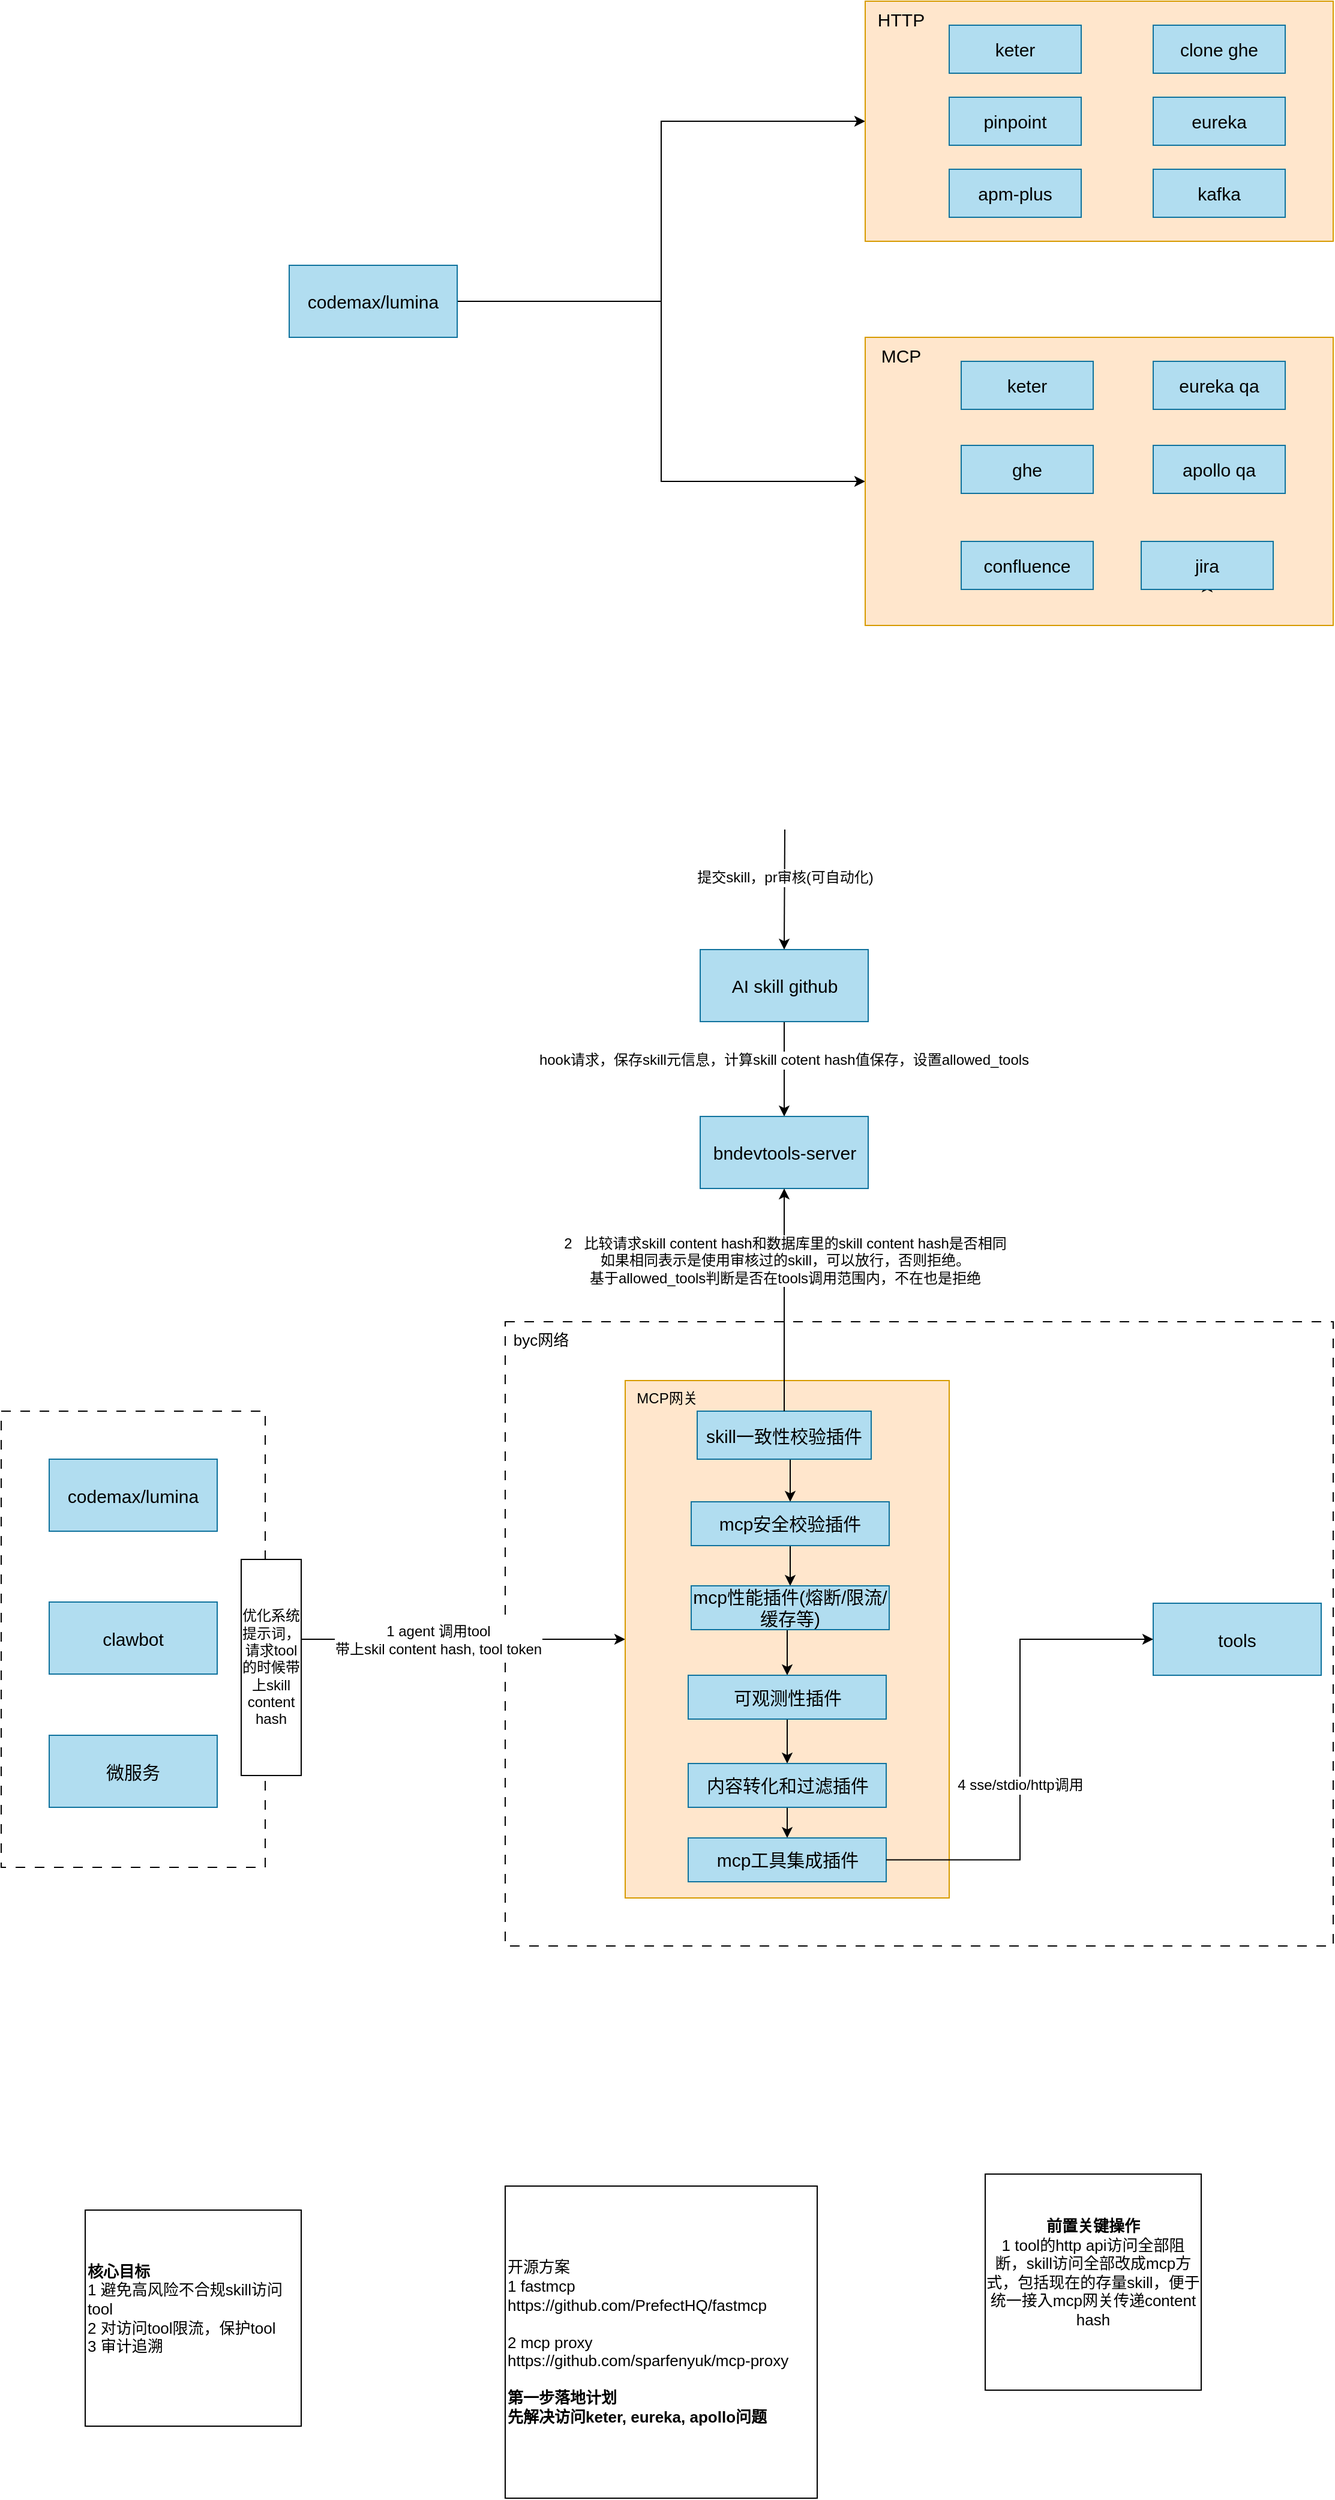
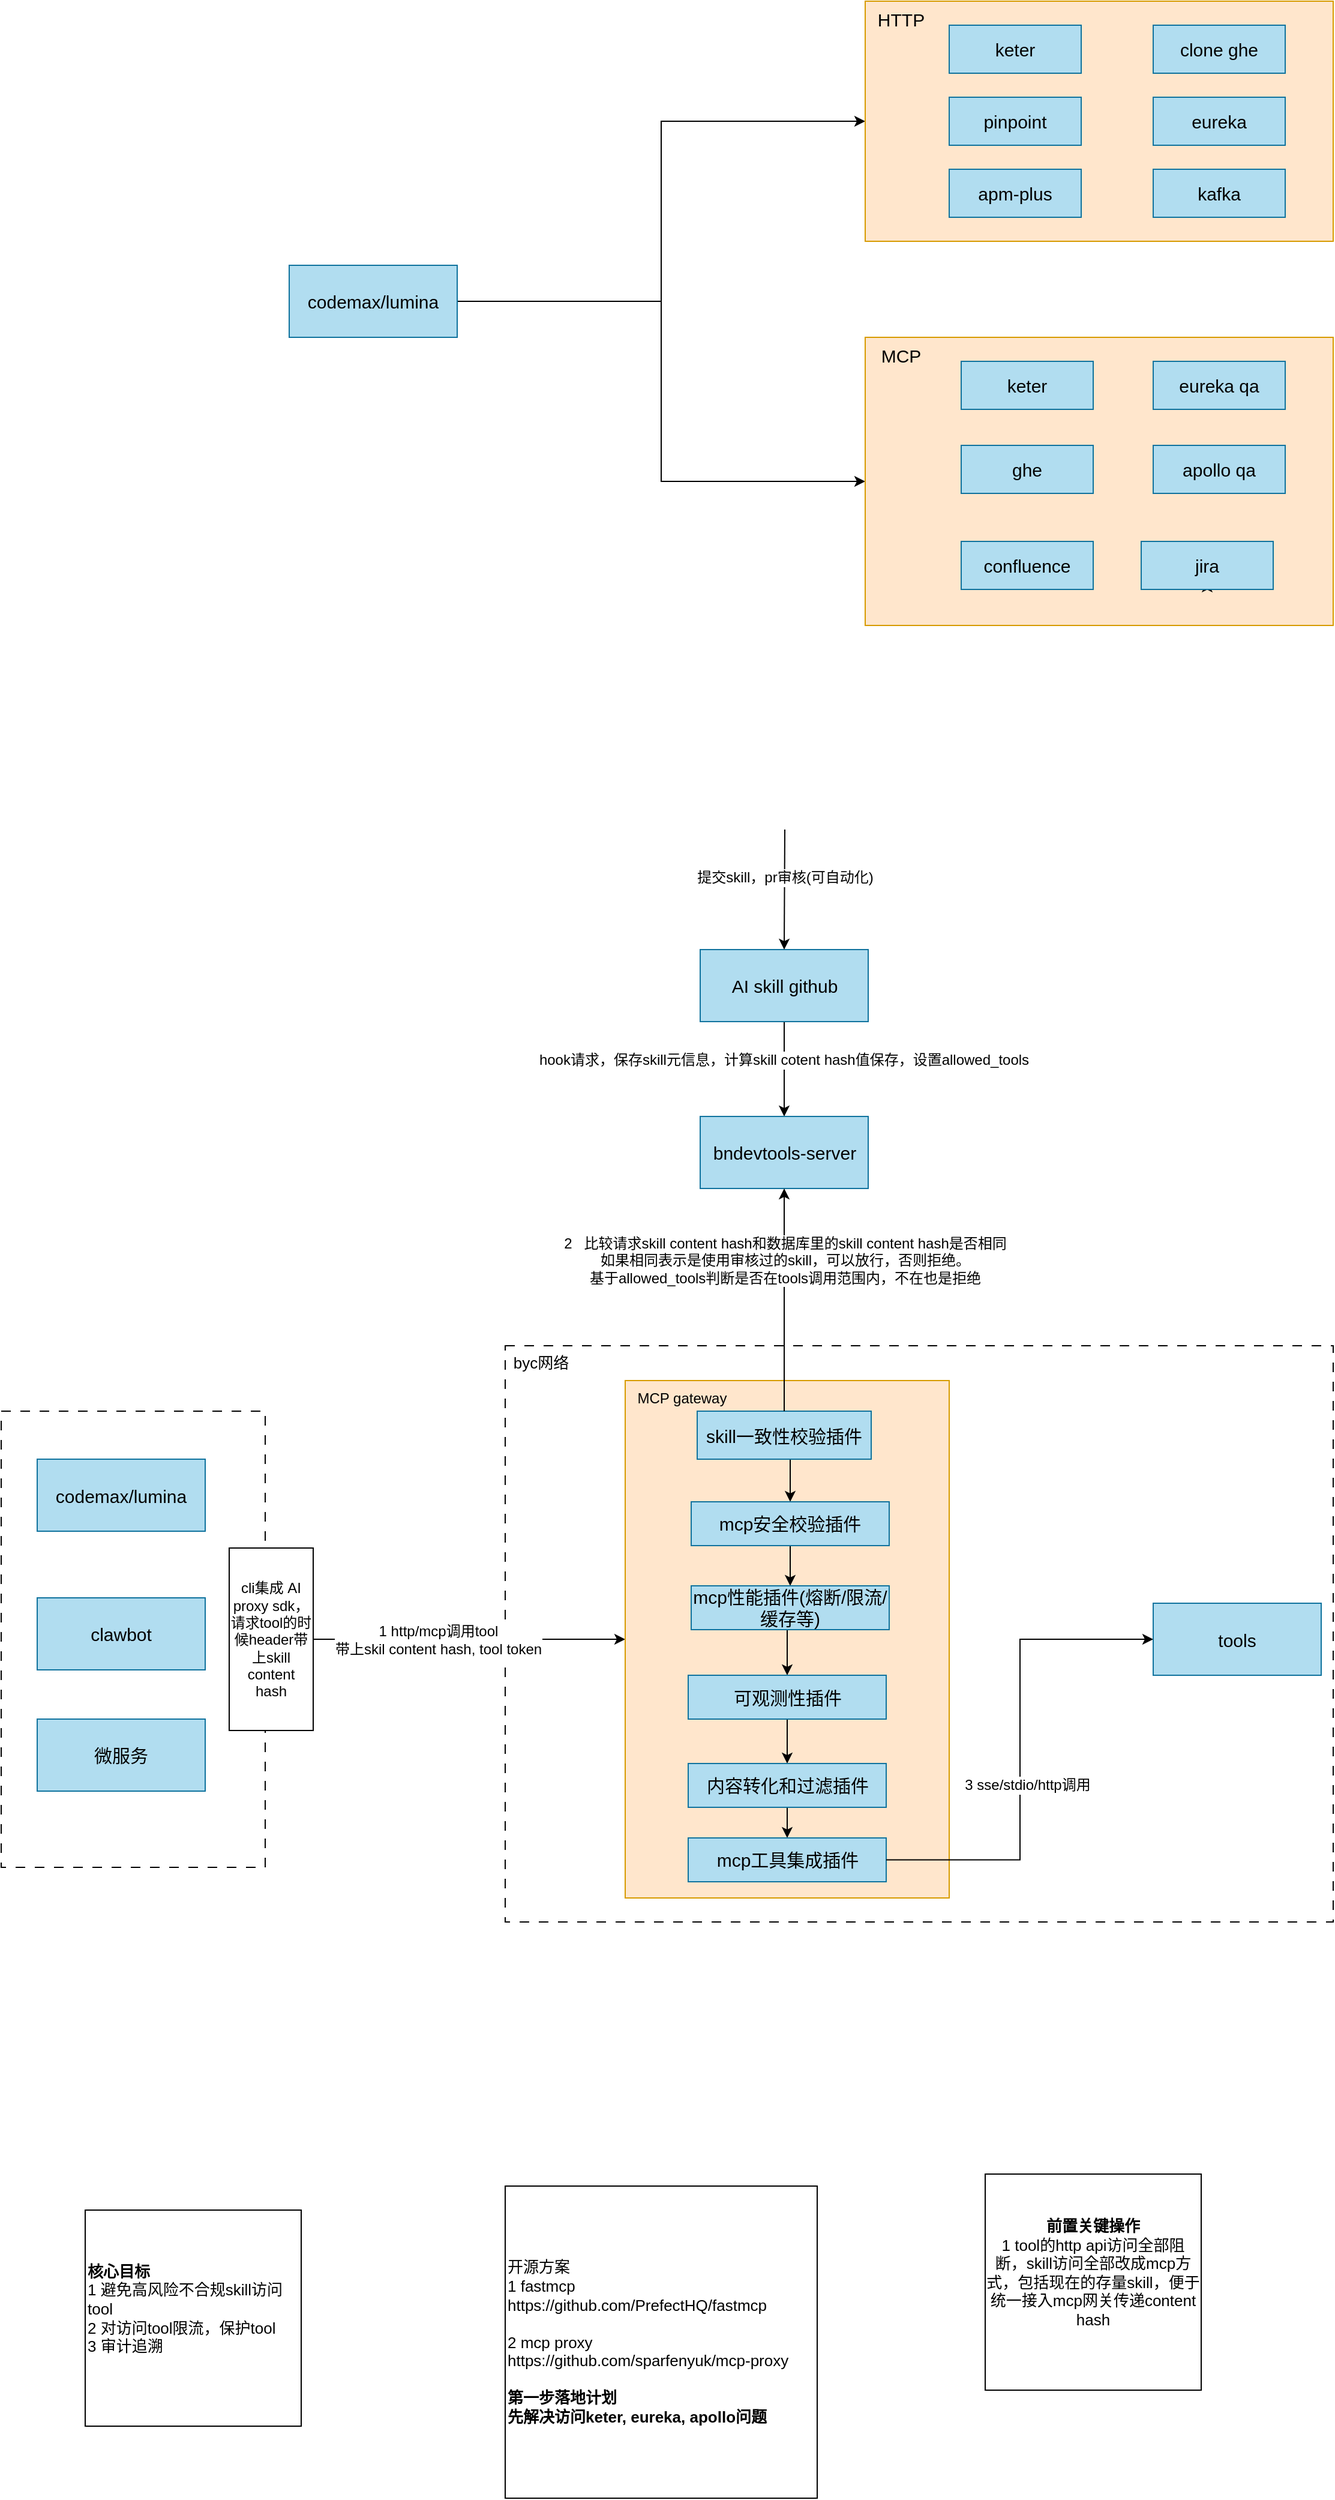
<mxfile host="app.diagrams.net">
  <diagram name="第 1 页" id="SjWv9siGEQ1Xg4HLWJG1">
    <mxGraphModel dx="1225" dy="764" grid="1" gridSize="10" guides="1" tooltips="1" connect="1" arrows="1" fold="1" page="1" pageScale="1" pageWidth="3300" pageHeight="2339" math="0" shadow="0">
      <root>
        <mxCell id="0" />
        <mxCell id="1" parent="0" />
        <mxCell id="9f-pUrffFf56pktWLO4p-52" parent="1" style="rounded=0;whiteSpace=wrap;html=1;dashed=1;dashPattern=8 8;" value="" vertex="1">
-           <mxGeometry height="520" width="690" x="530" y="1150" as="geometry" />
+           <mxGeometry height="480" width="690" x="530" y="1170" as="geometry" />
        </mxCell>
        <mxCell id="9f-pUrffFf56pktWLO4p-34" edge="1" parent="1" source="9f-pUrffFf56pktWLO4p-31" style="edgeStyle=orthogonalEdgeStyle;rounded=0;orthogonalLoop=1;jettySize=auto;html=1;exitX=1;exitY=0.5;exitDx=0;exitDy=0;entryX=0;entryY=0.5;entryDx=0;entryDy=0;" target="9f-pUrffFf56pktWLO4p-25">
          <mxGeometry relative="1" as="geometry" />
        </mxCell>
-         <mxCell id="9f-pUrffFf56pktWLO4p-35" connectable="0" parent="9f-pUrffFf56pktWLO4p-34" style="edgeLabel;html=1;align=center;verticalAlign=middle;resizable=0;points=[];fontSize=12;" value="1 agent 调用tool&lt;div&gt;带上skil content hash, tool token&lt;/div&gt;" vertex="1">
+         <mxCell id="9f-pUrffFf56pktWLO4p-35" connectable="0" parent="9f-pUrffFf56pktWLO4p-34" style="edgeLabel;html=1;align=center;verticalAlign=middle;resizable=0;points=[];fontSize=12;" value="1 http/mcp调用tool&lt;div&gt;带上skil content hash, tool token&lt;/div&gt;" vertex="1">
          <mxGeometry relative="1" x="-0.3304" y="2" as="geometry">
            <mxPoint x="43" y="2" as="offset" />
          </mxGeometry>
        </mxCell>
        <mxCell id="9f-pUrffFf56pktWLO4p-31" parent="1" style="rounded=0;whiteSpace=wrap;html=1;dashed=1;dashPattern=8 8;" value="" vertex="1">
          <mxGeometry height="380" width="220" x="110" y="1224.5" as="geometry" />
        </mxCell>
        <mxCell id="9f-pUrffFf56pktWLO4p-46" edge="1" parent="1" source="9f-pUrffFf56pktWLO4p-2" style="edgeStyle=orthogonalEdgeStyle;rounded=0;orthogonalLoop=1;jettySize=auto;html=1;exitX=1;exitY=0.5;exitDx=0;exitDy=0;entryX=0;entryY=0.5;entryDx=0;entryDy=0;" target="9f-pUrffFf56pktWLO4p-4">
          <mxGeometry relative="1" as="geometry" />
        </mxCell>
        <mxCell id="9f-pUrffFf56pktWLO4p-47" edge="1" parent="1" source="9f-pUrffFf56pktWLO4p-2" style="edgeStyle=orthogonalEdgeStyle;rounded=0;orthogonalLoop=1;jettySize=auto;html=1;exitX=1;exitY=0.5;exitDx=0;exitDy=0;entryX=0;entryY=0.5;entryDx=0;entryDy=0;" target="9f-pUrffFf56pktWLO4p-7">
          <mxGeometry relative="1" as="geometry" />
        </mxCell>
        <mxCell id="9f-pUrffFf56pktWLO4p-2" parent="1" style="rounded=0;whiteSpace=wrap;html=1;fillColor=#b1ddf0;strokeColor=#10739e;fontSize=15;" value="codemax/lumina" vertex="1">
          <mxGeometry height="60" width="140" x="350" y="270" as="geometry" />
        </mxCell>
        <mxCell id="9f-pUrffFf56pktWLO4p-4" parent="1" style="rounded=0;whiteSpace=wrap;html=1;fillColor=#ffe6cc;strokeColor=#d79b00;fontSize=15;" value="" vertex="1">
          <mxGeometry height="200" width="390" x="830" y="50" as="geometry" />
        </mxCell>
        <mxCell id="9f-pUrffFf56pktWLO4p-6" parent="1" style="text;html=1;whiteSpace=wrap;strokeColor=none;fillColor=none;align=center;verticalAlign=middle;rounded=0;fontSize=15;" value="HTTP" vertex="1">
          <mxGeometry height="30" width="60" x="830" y="50" as="geometry" />
        </mxCell>
        <mxCell id="9f-pUrffFf56pktWLO4p-7" parent="1" style="rounded=0;whiteSpace=wrap;html=1;fillColor=#ffe6cc;strokeColor=#d79b00;fontSize=15;" value="" vertex="1">
          <mxGeometry height="240" width="390" x="830" y="330" as="geometry" />
        </mxCell>
        <mxCell id="9f-pUrffFf56pktWLO4p-8" edge="1" parent="1" source="9f-pUrffFf56pktWLO4p-9" style="edgeStyle=orthogonalEdgeStyle;rounded=0;orthogonalLoop=1;jettySize=auto;html=1;exitX=0.5;exitY=1;exitDx=0;exitDy=0;entryX=0.5;entryY=0.833;entryDx=0;entryDy=0;entryPerimeter=0;" target="9f-pUrffFf56pktWLO4p-9">
          <mxGeometry relative="1" as="geometry" />
        </mxCell>
        <mxCell id="9f-pUrffFf56pktWLO4p-9" parent="1" style="rounded=0;whiteSpace=wrap;html=1;fillColor=#b1ddf0;strokeColor=#10739e;fontSize=15;" value="jira" vertex="1">
          <mxGeometry height="40" width="110" x="1060" y="500" as="geometry" />
        </mxCell>
        <mxCell id="9f-pUrffFf56pktWLO4p-10" parent="1" style="text;html=1;whiteSpace=wrap;strokeColor=none;fillColor=none;align=center;verticalAlign=middle;rounded=0;fontSize=15;" value="MCP" vertex="1">
          <mxGeometry height="30" width="60" x="830" y="330" as="geometry" />
        </mxCell>
        <mxCell id="9f-pUrffFf56pktWLO4p-11" parent="1" style="rounded=0;whiteSpace=wrap;html=1;fillColor=#b1ddf0;strokeColor=#10739e;fontSize=15;" value="ghe" vertex="1">
          <mxGeometry height="40" width="110" x="910" y="420" as="geometry" />
        </mxCell>
        <mxCell id="9f-pUrffFf56pktWLO4p-12" parent="1" style="rounded=0;whiteSpace=wrap;html=1;fillColor=#b1ddf0;strokeColor=#10739e;fontSize=15;" value="confluence" vertex="1">
          <mxGeometry height="40" width="110" x="910" y="500" as="geometry" />
        </mxCell>
        <mxCell id="9f-pUrffFf56pktWLO4p-13" parent="1" style="rounded=0;whiteSpace=wrap;html=1;fillColor=#b1ddf0;strokeColor=#10739e;fontSize=15;" value="keter" vertex="1">
          <mxGeometry height="40" width="110" x="900" y="70" as="geometry" />
        </mxCell>
        <mxCell id="9f-pUrffFf56pktWLO4p-14" parent="1" style="rounded=0;whiteSpace=wrap;html=1;fillColor=#b1ddf0;strokeColor=#10739e;fontSize=15;" value="clone ghe" vertex="1">
          <mxGeometry height="40" width="110" x="1070" y="70" as="geometry" />
        </mxCell>
        <mxCell id="9f-pUrffFf56pktWLO4p-15" parent="1" style="rounded=0;whiteSpace=wrap;html=1;fillColor=#b1ddf0;strokeColor=#10739e;fontSize=15;" value="keter" vertex="1">
          <mxGeometry height="40" width="110" x="910" y="350" as="geometry" />
        </mxCell>
        <mxCell id="9f-pUrffFf56pktWLO4p-16" parent="1" style="rounded=0;whiteSpace=wrap;html=1;fillColor=#b1ddf0;strokeColor=#10739e;fontSize=15;" value="pinpoint" vertex="1">
          <mxGeometry height="40" width="110" x="900" y="130" as="geometry" />
        </mxCell>
        <mxCell id="9f-pUrffFf56pktWLO4p-17" parent="1" style="rounded=0;whiteSpace=wrap;html=1;fillColor=#b1ddf0;strokeColor=#10739e;fontSize=15;" value="eureka" vertex="1">
          <mxGeometry height="40" width="110" x="1070" y="130" as="geometry" />
        </mxCell>
        <mxCell id="9f-pUrffFf56pktWLO4p-18" parent="1" style="rounded=0;whiteSpace=wrap;html=1;fillColor=#b1ddf0;strokeColor=#10739e;fontSize=15;" value="apm-plus" vertex="1">
          <mxGeometry height="40" width="110" x="900" y="190" as="geometry" />
        </mxCell>
        <mxCell id="9f-pUrffFf56pktWLO4p-19" parent="1" style="rounded=0;whiteSpace=wrap;html=1;fillColor=#b1ddf0;strokeColor=#10739e;fontSize=15;" value="kafka" vertex="1">
          <mxGeometry height="40" width="110" x="1070" y="190" as="geometry" />
        </mxCell>
        <mxCell id="9f-pUrffFf56pktWLO4p-20" parent="1" style="rounded=0;whiteSpace=wrap;html=1;fillColor=#b1ddf0;strokeColor=#10739e;fontSize=15;" value="eureka qa" vertex="1">
          <mxGeometry height="40" width="110" x="1070" y="350" as="geometry" />
        </mxCell>
        <mxCell id="9f-pUrffFf56pktWLO4p-21" parent="1" style="rounded=0;whiteSpace=wrap;html=1;fillColor=#b1ddf0;strokeColor=#10739e;fontSize=15;" value="apollo qa" vertex="1">
          <mxGeometry height="40" width="110" x="1070" y="420" as="geometry" />
        </mxCell>
        <mxCell id="9f-pUrffFf56pktWLO4p-22" parent="1" style="rounded=0;whiteSpace=wrap;html=1;fillColor=#b1ddf0;strokeColor=#10739e;fontSize=15;" value="codemax/lumina" vertex="1">
-           <mxGeometry height="60" width="140" x="150" y="1264.5" as="geometry" />
+           <mxGeometry height="60" width="140" x="140" y="1264.5" as="geometry" />
        </mxCell>
        <mxCell id="9f-pUrffFf56pktWLO4p-23" parent="1" style="rounded=0;whiteSpace=wrap;html=1;fillColor=#b1ddf0;strokeColor=#10739e;fontSize=15;" value="clawbot" vertex="1">
-           <mxGeometry height="60" width="140" x="150" y="1383.5" as="geometry" />
+           <mxGeometry height="60" width="140" x="140" y="1380" as="geometry" />
        </mxCell>
        <mxCell id="9f-pUrffFf56pktWLO4p-24" parent="1" style="rounded=0;whiteSpace=wrap;html=1;fillColor=#b1ddf0;strokeColor=#10739e;fontSize=15;" value="微服务" vertex="1">
-           <mxGeometry height="60" width="140" x="150" y="1494.5" as="geometry" />
+           <mxGeometry height="60" width="140" x="140" y="1481" as="geometry" />
        </mxCell>
        <mxCell id="9f-pUrffFf56pktWLO4p-25" parent="1" style="rounded=0;whiteSpace=wrap;html=1;fillColor=#ffe6cc;strokeColor=#d79b00;fontSize=15;" value="" vertex="1">
          <mxGeometry height="431" width="270" x="630" y="1199" as="geometry" />
        </mxCell>
        <mxCell id="9f-pUrffFf56pktWLO4p-26" parent="1" style="rounded=0;whiteSpace=wrap;html=1;fillColor=#b1ddf0;strokeColor=#10739e;fontSize=15;" value="tools" vertex="1">
          <mxGeometry height="60" width="140" x="1070" y="1384.5" as="geometry" />
        </mxCell>
        <mxCell id="9f-pUrffFf56pktWLO4p-29" edge="1" parent="1" source="9f-pUrffFf56pktWLO4p-27" style="edgeStyle=orthogonalEdgeStyle;rounded=0;orthogonalLoop=1;jettySize=auto;html=1;exitX=0.5;exitY=1;exitDx=0;exitDy=0;" target="9f-pUrffFf56pktWLO4p-28">
          <mxGeometry relative="1" as="geometry" />
        </mxCell>
        <mxCell id="9f-pUrffFf56pktWLO4p-30" connectable="0" parent="9f-pUrffFf56pktWLO4p-29" style="edgeLabel;html=1;align=center;verticalAlign=middle;resizable=0;points=[];fontSize=12;" value="hook请求，保存skill元信息，计算skill cotent hash值保存，设置allowed_tools" vertex="1">
          <mxGeometry relative="1" x="-0.2" y="-1" as="geometry">
            <mxPoint as="offset" />
          </mxGeometry>
        </mxCell>
        <mxCell id="9f-pUrffFf56pktWLO4p-27" parent="1" style="rounded=0;whiteSpace=wrap;html=1;fillColor=#b1ddf0;strokeColor=#10739e;fontSize=15;" value="AI skill github" vertex="1">
          <mxGeometry height="60" width="140" x="692.5" y="840" as="geometry" />
        </mxCell>
        <mxCell id="9f-pUrffFf56pktWLO4p-28" parent="1" style="rounded=0;whiteSpace=wrap;html=1;fillColor=#b1ddf0;strokeColor=#10739e;fontSize=15;" value="bndevtools-server" vertex="1">
          <mxGeometry height="60" width="140" x="692.5" y="979" as="geometry" />
        </mxCell>
        <mxCell id="9f-pUrffFf56pktWLO4p-44" parent="1" style="whiteSpace=wrap;html=1;aspect=fixed;fontSize=13;" value="&lt;b&gt;前置关键操作&lt;br&gt;&lt;/b&gt;1 tool的http api访问全部阻断，skill访问全部改成mcp方式，包括现在的存量skill，便于统一接入mcp网关传递content hash&lt;div&gt;&lt;br&gt;&lt;/div&gt;" vertex="1">
          <mxGeometry height="180" width="180" x="930" y="1860" as="geometry" />
        </mxCell>
-         <mxCell id="9f-pUrffFf56pktWLO4p-45" parent="1" style="rounded=0;whiteSpace=wrap;html=1;" value="优化系统提示词，请求tool的时候带上skill content hash" vertex="1">
-           <mxGeometry height="180" width="50" x="310" y="1348" as="geometry" />
+         <mxCell id="9f-pUrffFf56pktWLO4p-45" parent="1" style="rounded=0;whiteSpace=wrap;html=1;" value="cli集成 AI proxy sdk，请求tool的时候header带上skill content hash" vertex="1">
+           <mxGeometry height="152" width="70" x="300" y="1338.5" as="geometry" />
        </mxCell>
        <mxCell id="9f-pUrffFf56pktWLO4p-48" parent="1" style="whiteSpace=wrap;html=1;aspect=fixed;align=left;fontSize=13;" value="&lt;b&gt;核心目标&lt;br&gt;&lt;/b&gt;1 避免高风险不合规skill访问tool&lt;div&gt;2 对访问tool限流，保护tool&lt;/div&gt;&lt;div&gt;3 审计追溯&lt;br&gt;&lt;div&gt;&lt;br&gt;&lt;/div&gt;&lt;/div&gt;" vertex="1">
          <mxGeometry height="180" width="180" x="180" y="1890" as="geometry" />
        </mxCell>
        <mxCell id="9f-pUrffFf56pktWLO4p-51" parent="1" style="whiteSpace=wrap;html=1;aspect=fixed;fontSize=13;align=left;" value="开源方案&lt;br&gt;&lt;div&gt;1 fastmcp&amp;nbsp;&lt;/div&gt;&lt;div&gt;https://github.com/PrefectHQ/fastmcp&lt;/div&gt;&lt;div&gt;&lt;br&gt;&lt;/div&gt;&lt;div&gt;2 mcp proxy&amp;nbsp;&lt;/div&gt;&lt;div&gt;https://github.com/sparfenyuk/mcp-proxy&lt;/div&gt;&lt;div&gt;&lt;br&gt;&lt;/div&gt;&lt;div style=&quot;&quot;&gt;&lt;b&gt;第一步落地计划&lt;/b&gt;&lt;/div&gt;&lt;div style=&quot;&quot;&gt;&lt;b&gt;先解决访问keter, eureka, apollo问题&lt;/b&gt;&lt;/div&gt;" vertex="1">
          <mxGeometry height="260" width="260" x="530" y="1870" as="geometry" />
        </mxCell>
        <mxCell id="9f-pUrffFf56pktWLO4p-53" parent="1" style="text;html=1;whiteSpace=wrap;strokeColor=none;fillColor=none;align=center;verticalAlign=middle;rounded=0;fontSize=13;" value="byc网络" vertex="1">
-           <mxGeometry height="30" width="60" x="530" y="1150" as="geometry" />
+           <mxGeometry height="30" width="60" x="530" y="1169" as="geometry" />
        </mxCell>
-         <mxCell id="9f-pUrffFf56pktWLO4p-55" parent="1" style="text;html=1;whiteSpace=wrap;strokeColor=none;fillColor=none;align=center;verticalAlign=middle;rounded=0;" value="MCP网关" vertex="1">
-           <mxGeometry height="30" width="60" x="635" y="1199" as="geometry" />
+         <mxCell id="9f-pUrffFf56pktWLO4p-55" parent="1" style="text;html=1;whiteSpace=wrap;strokeColor=none;fillColor=none;align=center;verticalAlign=middle;rounded=0;" value="MCP gateway" vertex="1">
+           <mxGeometry height="30" width="95" x="630" y="1199" as="geometry" />
        </mxCell>
        <mxCell id="9f-pUrffFf56pktWLO4p-62" edge="1" parent="1" source="9f-pUrffFf56pktWLO4p-56" style="edgeStyle=orthogonalEdgeStyle;rounded=0;orthogonalLoop=1;jettySize=auto;html=1;exitX=0.5;exitY=1;exitDx=0;exitDy=0;entryX=0.5;entryY=0;entryDx=0;entryDy=0;" target="9f-pUrffFf56pktWLO4p-57">
          <mxGeometry relative="1" as="geometry" />
        </mxCell>
        <mxCell id="9f-pUrffFf56pktWLO4p-56" parent="1" style="rounded=0;whiteSpace=wrap;html=1;fillColor=#b1ddf0;strokeColor=#10739e;fontSize=15;" value="skill一致性校验插件" vertex="1">
          <mxGeometry height="40" width="145" x="690" y="1224.5" as="geometry" />
        </mxCell>
        <mxCell id="9f-pUrffFf56pktWLO4p-63" edge="1" parent="1" source="9f-pUrffFf56pktWLO4p-57" style="edgeStyle=orthogonalEdgeStyle;rounded=0;orthogonalLoop=1;jettySize=auto;html=1;exitX=0.5;exitY=1;exitDx=0;exitDy=0;entryX=0.5;entryY=0;entryDx=0;entryDy=0;" target="9f-pUrffFf56pktWLO4p-58">
          <mxGeometry relative="1" as="geometry" />
        </mxCell>
        <mxCell id="9f-pUrffFf56pktWLO4p-57" parent="1" style="rounded=0;whiteSpace=wrap;html=1;fillColor=#b1ddf0;strokeColor=#10739e;fontSize=15;" value="mcp安全校验插件" vertex="1">
          <mxGeometry height="36.5" width="165" x="685" y="1300" as="geometry" />
        </mxCell>
        <mxCell id="9f-pUrffFf56pktWLO4p-64" edge="1" parent="1" source="9f-pUrffFf56pktWLO4p-58" style="edgeStyle=orthogonalEdgeStyle;rounded=0;orthogonalLoop=1;jettySize=auto;html=1;exitX=0.5;exitY=1;exitDx=0;exitDy=0;entryX=0.5;entryY=0;entryDx=0;entryDy=0;" target="9f-pUrffFf56pktWLO4p-59">
          <mxGeometry relative="1" as="geometry" />
        </mxCell>
        <mxCell id="9f-pUrffFf56pktWLO4p-58" parent="1" style="rounded=0;whiteSpace=wrap;html=1;fillColor=#b1ddf0;strokeColor=#10739e;fontSize=15;" value="mcp性能插件(熔断/限流/缓存等)" vertex="1">
          <mxGeometry height="36.5" width="165" x="685" y="1370" as="geometry" />
        </mxCell>
        <mxCell id="9f-pUrffFf56pktWLO4p-65" edge="1" parent="1" source="9f-pUrffFf56pktWLO4p-59" style="edgeStyle=orthogonalEdgeStyle;rounded=0;orthogonalLoop=1;jettySize=auto;html=1;exitX=0.5;exitY=1;exitDx=0;exitDy=0;entryX=0.5;entryY=0;entryDx=0;entryDy=0;" target="9f-pUrffFf56pktWLO4p-60">
          <mxGeometry relative="1" as="geometry" />
        </mxCell>
        <mxCell id="9f-pUrffFf56pktWLO4p-59" parent="1" style="rounded=0;whiteSpace=wrap;html=1;fillColor=#b1ddf0;strokeColor=#10739e;fontSize=15;" value="可观测性插件" vertex="1">
          <mxGeometry height="36.5" width="165" x="682.5" y="1444.5" as="geometry" />
        </mxCell>
        <mxCell id="9f-pUrffFf56pktWLO4p-66" edge="1" parent="1" source="9f-pUrffFf56pktWLO4p-60" style="edgeStyle=orthogonalEdgeStyle;rounded=0;orthogonalLoop=1;jettySize=auto;html=1;exitX=0.5;exitY=1;exitDx=0;exitDy=0;entryX=0.5;entryY=0;entryDx=0;entryDy=0;" target="9f-pUrffFf56pktWLO4p-61">
          <mxGeometry relative="1" as="geometry" />
        </mxCell>
        <mxCell id="9f-pUrffFf56pktWLO4p-60" parent="1" style="rounded=0;whiteSpace=wrap;html=1;fillColor=#b1ddf0;strokeColor=#10739e;fontSize=15;" value="内容转化和过滤插件" vertex="1">
          <mxGeometry height="36.5" width="165" x="682.5" y="1518" as="geometry" />
        </mxCell>
        <mxCell id="9f-pUrffFf56pktWLO4p-61" parent="1" style="rounded=0;whiteSpace=wrap;html=1;fillColor=#b1ddf0;strokeColor=#10739e;fontSize=15;" value="mcp工具集成插件" vertex="1">
          <mxGeometry height="36.5" width="165" x="682.5" y="1580" as="geometry" />
        </mxCell>
        <mxCell id="9f-pUrffFf56pktWLO4p-42" edge="1" parent="1" source="9f-pUrffFf56pktWLO4p-61" style="edgeStyle=orthogonalEdgeStyle;rounded=0;orthogonalLoop=1;jettySize=auto;html=1;entryX=0;entryY=0.5;entryDx=0;entryDy=0;exitX=1;exitY=0.5;exitDx=0;exitDy=0;" target="9f-pUrffFf56pktWLO4p-26">
          <mxGeometry relative="1" as="geometry">
            <Array as="points">
              <mxPoint x="959" y="1598" />
              <mxPoint x="959" y="1415" />
            </Array>
            <mxPoint x="900" y="1415" as="sourcePoint" />
          </mxGeometry>
        </mxCell>
-         <mxCell id="9f-pUrffFf56pktWLO4p-43" connectable="0" parent="9f-pUrffFf56pktWLO4p-42" style="edgeLabel;html=1;align=center;verticalAlign=middle;resizable=0;points=[];fontSize=12;" value="4 sse/stdio/http调用" vertex="1">
+         <mxCell id="9f-pUrffFf56pktWLO4p-43" connectable="0" parent="9f-pUrffFf56pktWLO4p-42" style="edgeLabel;html=1;align=center;verticalAlign=middle;resizable=0;points=[];fontSize=12;" value="3 sse/stdio/http调用" vertex="1">
          <mxGeometry relative="1" x="-0.1417" as="geometry">
-             <mxPoint as="offset" />
+             <mxPoint x="6" as="offset" />
          </mxGeometry>
        </mxCell>
        <mxCell id="9f-pUrffFf56pktWLO4p-37" edge="1" parent="1" source="9f-pUrffFf56pktWLO4p-56" style="edgeStyle=orthogonalEdgeStyle;rounded=0;orthogonalLoop=1;jettySize=auto;html=1;exitX=0.5;exitY=0;exitDx=0;exitDy=0;" target="9f-pUrffFf56pktWLO4p-28">
          <mxGeometry relative="1" as="geometry" />
        </mxCell>
        <mxCell id="9f-pUrffFf56pktWLO4p-38" connectable="0" parent="9f-pUrffFf56pktWLO4p-37" style="edgeLabel;html=1;align=center;verticalAlign=middle;resizable=0;points=[];fontSize=12;" value="2&amp;nbsp; &amp;nbsp;比较请求skill content hash和数据库里的skill content hash是否相同&lt;div&gt;如果相同表示是使用审核过的skill，可以放行，否则拒绝。&lt;/div&gt;&lt;div&gt;基于&lt;span style=&quot;background-color: light-dark(#ffffff, var(--ge-dark-color, #121212)); color: light-dark(rgb(0, 0, 0), rgb(255, 255, 255));&quot;&gt;allowed_tools判断是否在tools调用范围内，不在也是拒绝&lt;/span&gt;&lt;/div&gt;" vertex="1">
          <mxGeometry relative="1" x="0.175" y="-3" as="geometry">
            <mxPoint x="-3" y="-17" as="offset" />
          </mxGeometry>
        </mxCell>
        <mxCell id="9f-pUrffFf56pktWLO4p-67" edge="1" parent="1" style="endArrow=classic;html=1;rounded=0;entryX=0.5;entryY=0;entryDx=0;entryDy=0;" target="9f-pUrffFf56pktWLO4p-27" value="">
          <mxGeometry height="50" relative="1" width="50" as="geometry">
            <mxPoint x="763" y="740" as="sourcePoint" />
            <mxPoint x="760" y="690" as="targetPoint" />
          </mxGeometry>
        </mxCell>
        <mxCell id="9f-pUrffFf56pktWLO4p-68" connectable="0" parent="9f-pUrffFf56pktWLO4p-67" style="edgeLabel;html=1;align=center;verticalAlign=middle;resizable=0;points=[];" value="&lt;span style=&quot;font-size: 12px;&quot;&gt;提交skill，pr审核(可自动化)&lt;/span&gt;" vertex="1">
          <mxGeometry relative="1" x="-0.5398" y="-2" as="geometry">
            <mxPoint x="2" y="17" as="offset" />
          </mxGeometry>
        </mxCell>
      </root>
    </mxGraphModel>
  </diagram>
</mxfile>
